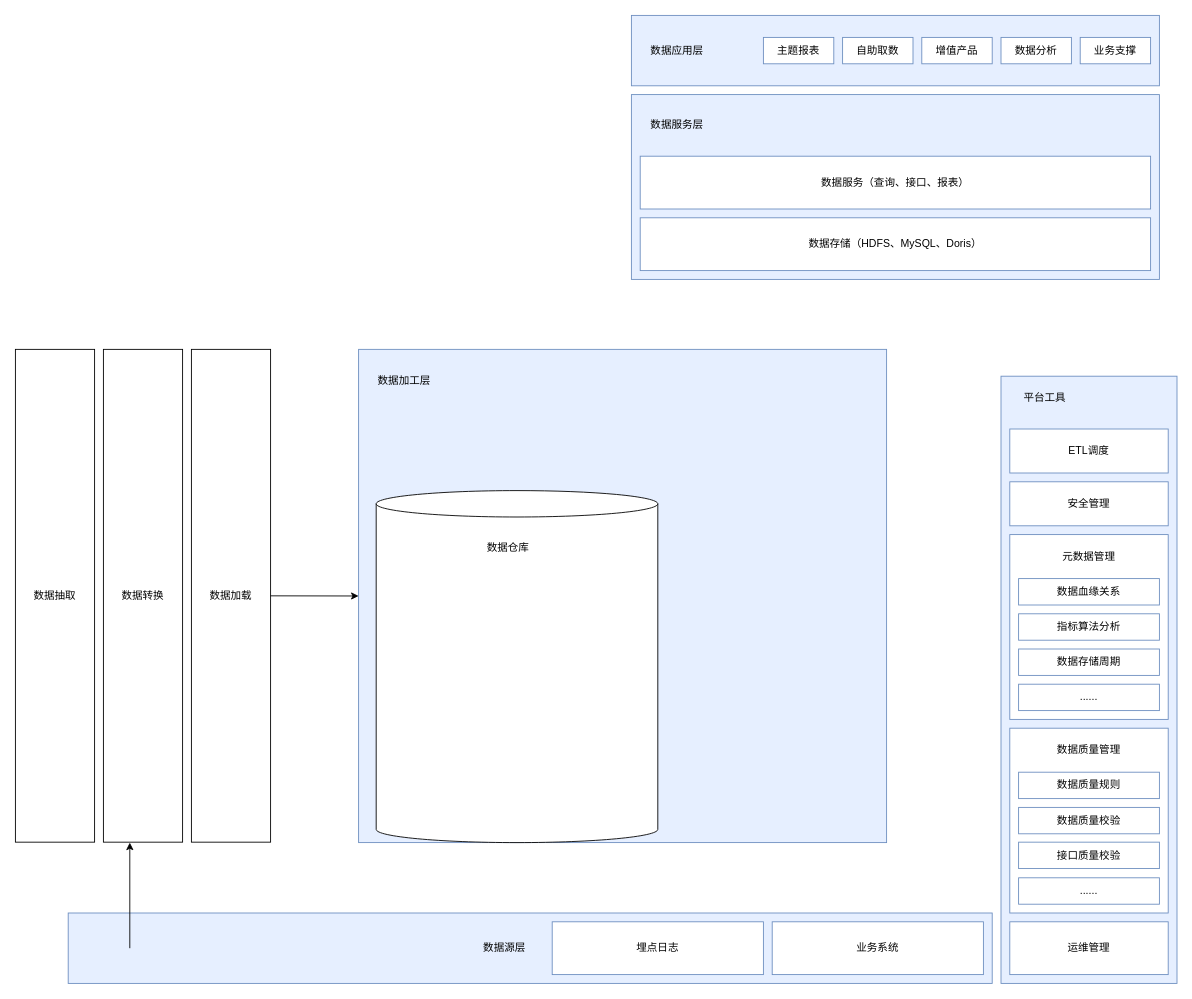
This is 数仓技术架构.drawio from Jacoulin/draw, a draw.io file, before an edit. Source tidied: cells renumbered, new cells numbered last; positions are measured from the earlier drawing's top-left corner, leaving out a move shared by most shapes. Both pictures are drawn from the tidied source at 88%, with x=0, y=0 at pixel (15, 15).
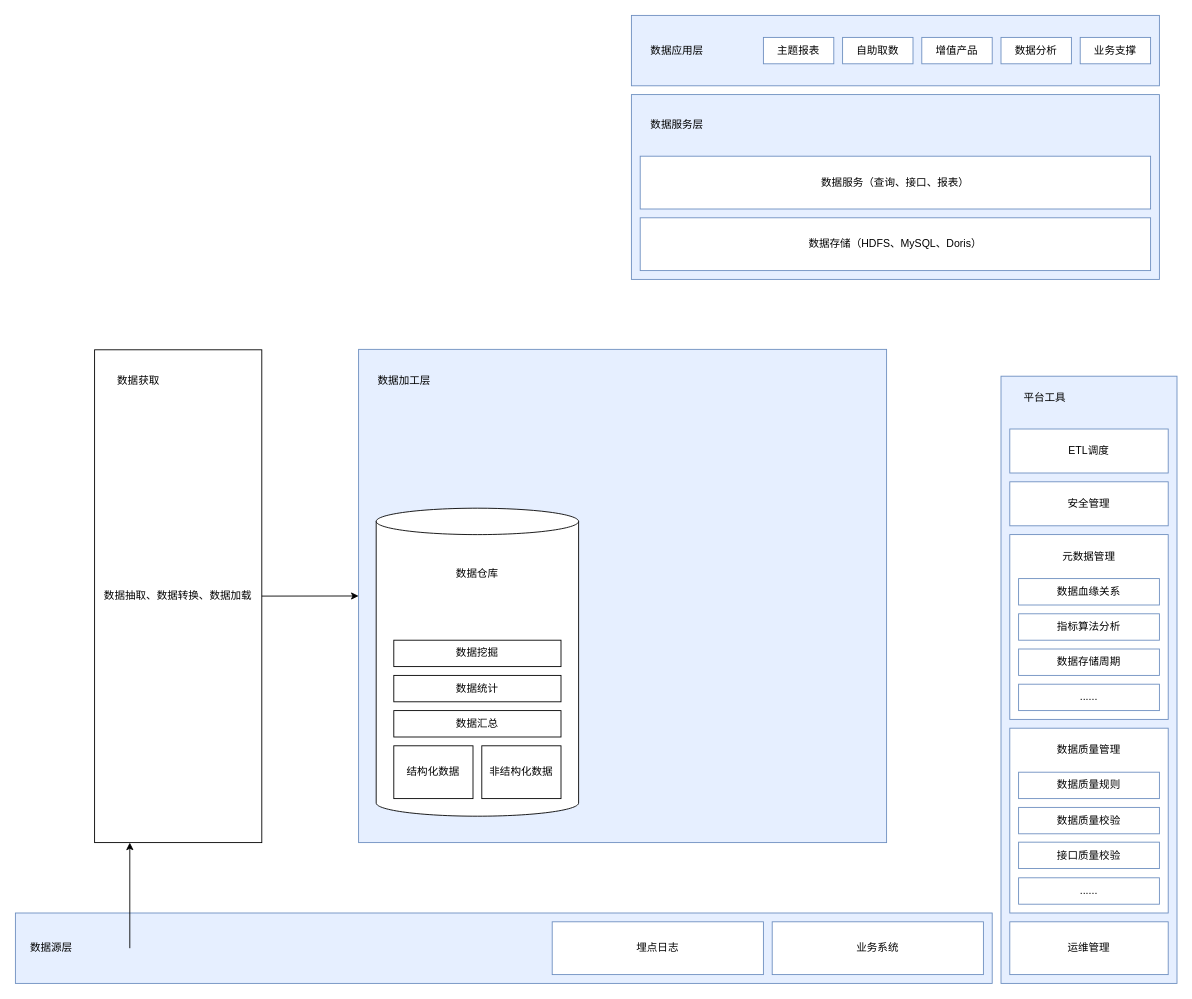
After the change.

Commit message (it also covers changes not shown here):
更新数仓技术架构.drawio

The change refers to these unchanged cells:
```xml
<mxCell id="2" style="rounded=0;whiteSpace=wrap;html=1;fillColor=#E6EFFF;strokeColor=#6C8EBF;" parent="1" vertex="1">
  <mxGeometry x="390" y="379.5" width="600" height="560.5" as="geometry" />
</mxCell>
```

Diff of the diagram source:
```diff
@@
     <mxCell id="4" style="rounded=0;whiteSpace=wrap;html=1;fillColor=#E6EFFF;strokeColor=#6C8EBF;" parent="1" vertex="1">
-      <mxGeometry x="60" y="1020" width="1050" height="80" as="geometry" />
+      <mxGeometry y="1020" width="1110" height="80" as="geometry" />
     </mxCell>
@@
     <mxCell id="28" value="数据源层" style="text;html=1;strokeColor=none;fillColor=none;align=left;verticalAlign=middle;whiteSpace=wrap;rounded=0;" parent="1" vertex="1">
-      <mxGeometry x="530" y="1045" width="60" height="30" as="geometry" />
+      <mxGeometry x="15" y="1045" width="60" height="30" as="geometry" />
     </mxCell>
@@
-    <mxCell id="38" value="数据抽取" style="rounded=0;whiteSpace=wrap;html=1;" parent="1" vertex="1">
-      <mxGeometry y="379.5" width="90" height="560" as="geometry" />
+    <mxCell id="38" value="数据抽取、数据转换、数据加载" style="rounded=0;whiteSpace=wrap;html=1;" parent="1" vertex="1">
+      <mxGeometry x="90" y="380" width="190" height="560" as="geometry" />
     </mxCell>
@@
-    <mxCell id="40" value="数据转换" style="rounded=0;whiteSpace=wrap;html=1;" parent="1" vertex="1">
-      <mxGeometry x="100" y="379.5" width="90" height="560" as="geometry" />
-    </mxCell>
-    <mxCell id="41" value="数据加载" style="rounded=0;whiteSpace=wrap;html=1;" parent="1" vertex="1">
-      <mxGeometry x="200" y="379.5" width="90" height="560" as="geometry" />
-    </mxCell>
-    <mxCell id="42" style="endArrow=classic;html=1;rounded=0;entryX=0;entryY=0.5;entryDx=0;entryDy=0;" parent="1" edge="1" source="41" target="2">
+    <mxCell id="42" style="endArrow=classic;html=1;rounded=0;entryX=0;entryY=0.5;entryDx=0;entryDy=0;" parent="1" edge="1" source="38" target="2">
       <mxGeometry relative="1" as="geometry" />
     </mxCell>
     <mxCell id="43" style="shape=cylinder3;whiteSpace=wrap;html=1;boundedLbl=1;backgroundOutline=1;size=15;" parent="1" vertex="1">
-      <mxGeometry x="410" y="540" width="320" height="400" as="geometry" />
+      <mxGeometry x="410" y="560" width="230" height="350" as="geometry" />
     </mxCell>
     <mxCell id="44" value="数据仓库" style="text;html=1;strokeColor=none;fillColor=none;align=center;verticalAlign=middle;whiteSpace=wrap;rounded=0;" parent="1" vertex="1">
-      <mxGeometry x="530" y="590" width="60" height="30" as="geometry" />
+      <mxGeometry x="495" y="620" width="60" height="30" as="geometry" />
     </mxCell>
+    <mxCell id="45" value="数据获取" style="text;html=1;strokeColor=none;fillColor=none;align=center;verticalAlign=middle;whiteSpace=wrap;rounded=0;" parent="1" vertex="1">
+      <mxGeometry x="110" y="399.5" width="60" height="30" as="geometry" />
+    </mxCell>
+    <mxCell id="46" value="结构化数据" style="rounded=0;whiteSpace=wrap;html=1;" parent="1" vertex="1">
+      <mxGeometry x="430" y="830" width="90" height="60" as="geometry" />
+    </mxCell>
+    <mxCell id="47" value="非结构化数据" style="rounded=0;whiteSpace=wrap;html=1;" parent="1" vertex="1">
+      <mxGeometry x="530" y="830" width="90" height="60" as="geometry" />
+    </mxCell>
+    <mxCell id="48" value="数据汇总" style="rounded=0;whiteSpace=wrap;html=1;" parent="1" vertex="1">
+      <mxGeometry x="430" y="790" width="190" height="30" as="geometry" />
+    </mxCell>
+    <mxCell id="49" value="数据挖掘" style="rounded=0;whiteSpace=wrap;html=1;" parent="1" vertex="1">
+      <mxGeometry x="430" y="710" width="190" height="30" as="geometry" />
+    </mxCell>
+    <mxCell id="50" value="数据统计" style="rounded=0;whiteSpace=wrap;html=1;" parent="1" vertex="1">
+      <mxGeometry x="430" y="750" width="190" height="30" as="geometry" />
+    </mxCell>
```
